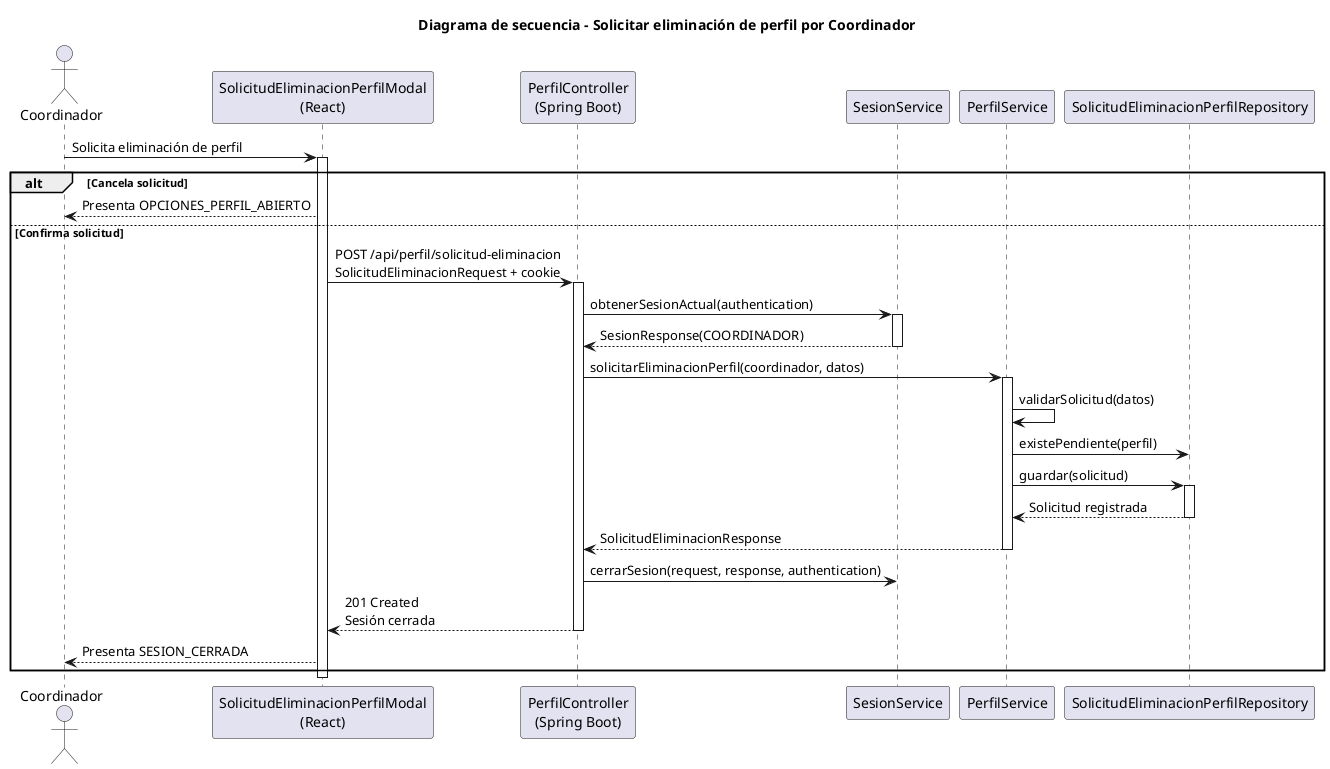
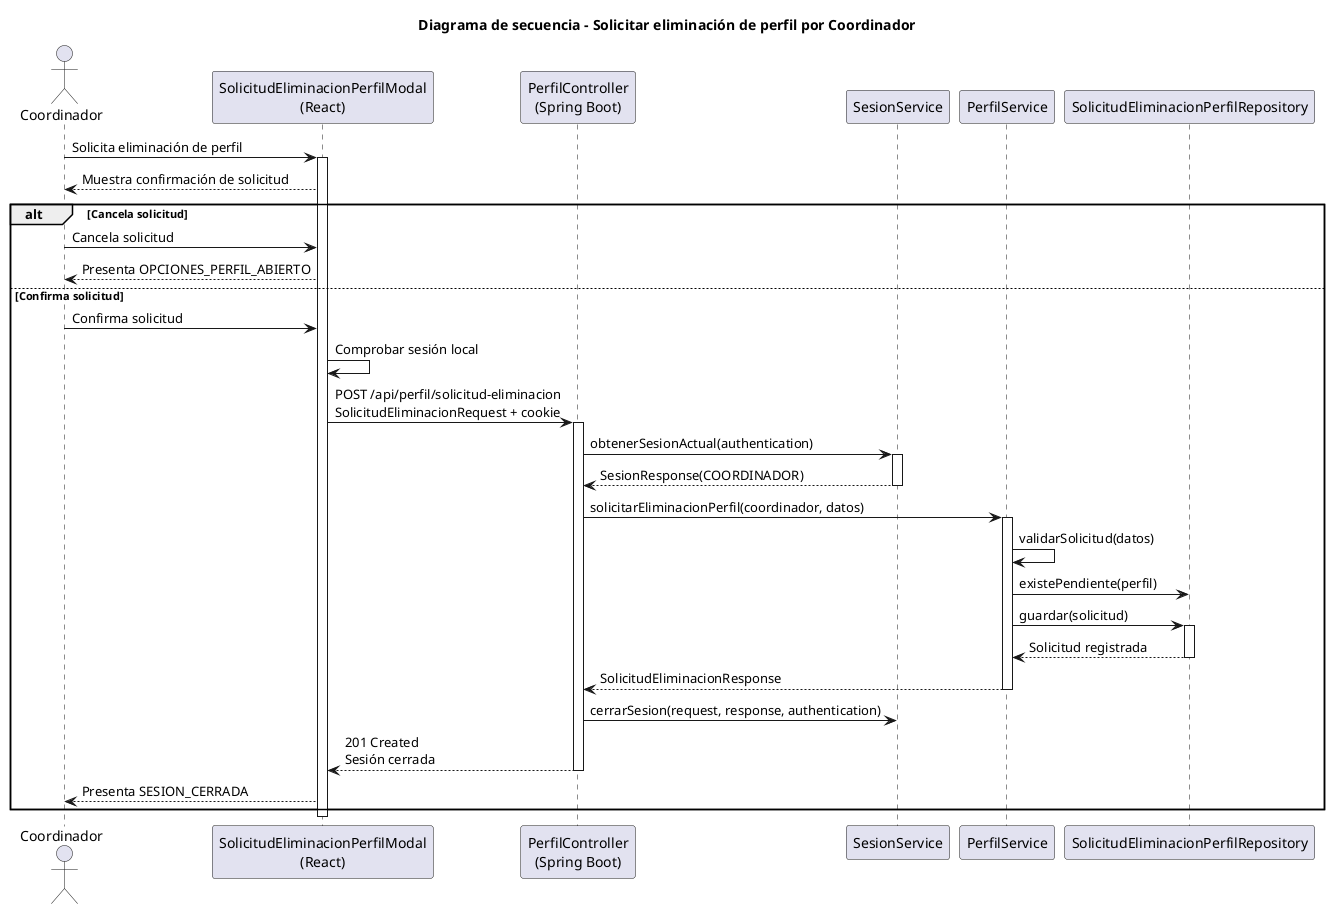
@startuml solicitarEliminacionPerfil-coordinador-diseño
title Diagrama de secuencia - Solicitar eliminación de perfil por Coordinador

actor Coordinador
participant "SolicitudEliminacionPerfilModal\n(React)" as Frontend
participant "PerfilController\n(Spring Boot)" as Api
participant "SesionService" as Sesion
participant "PerfilService" as PerfilService
participant "SolicitudEliminacionPerfilRepository" as SolicitudRepository

Coordinador -> Frontend: Solicita eliminación de perfil
activate Frontend
+ Frontend --> Coordinador: Muestra confirmación de solicitud
alt Cancela solicitud
+     Coordinador -> Frontend: Cancela solicitud
    Frontend --> Coordinador: Presenta OPCIONES_PERFIL_ABIERTO
else Confirma solicitud
+     Coordinador -> Frontend: Confirma solicitud
+     Frontend -> Frontend: Comprobar sesión local
    Frontend -> Api: POST /api/perfil/solicitud-eliminacion\nSolicitudEliminacionRequest + cookie
    activate Api
    Api -> Sesion: obtenerSesionActual(authentication)
    activate Sesion
    Sesion --> Api: SesionResponse(COORDINADOR)
    deactivate Sesion
    Api -> PerfilService: solicitarEliminacionPerfil(coordinador, datos)
    activate PerfilService
    PerfilService -> PerfilService: validarSolicitud(datos)
    PerfilService -> SolicitudRepository: existePendiente(perfil)
    PerfilService -> SolicitudRepository: guardar(solicitud)
    activate SolicitudRepository
    SolicitudRepository --> PerfilService: Solicitud registrada
    deactivate SolicitudRepository
    PerfilService --> Api: SolicitudEliminacionResponse
    deactivate PerfilService
    Api -> Sesion: cerrarSesion(request, response, authentication)
    Api --> Frontend: 201 Created\nSesión cerrada
    deactivate Api
    Frontend --> Coordinador: Presenta SESION_CERRADA
end
deactivate Frontend
@enduml
